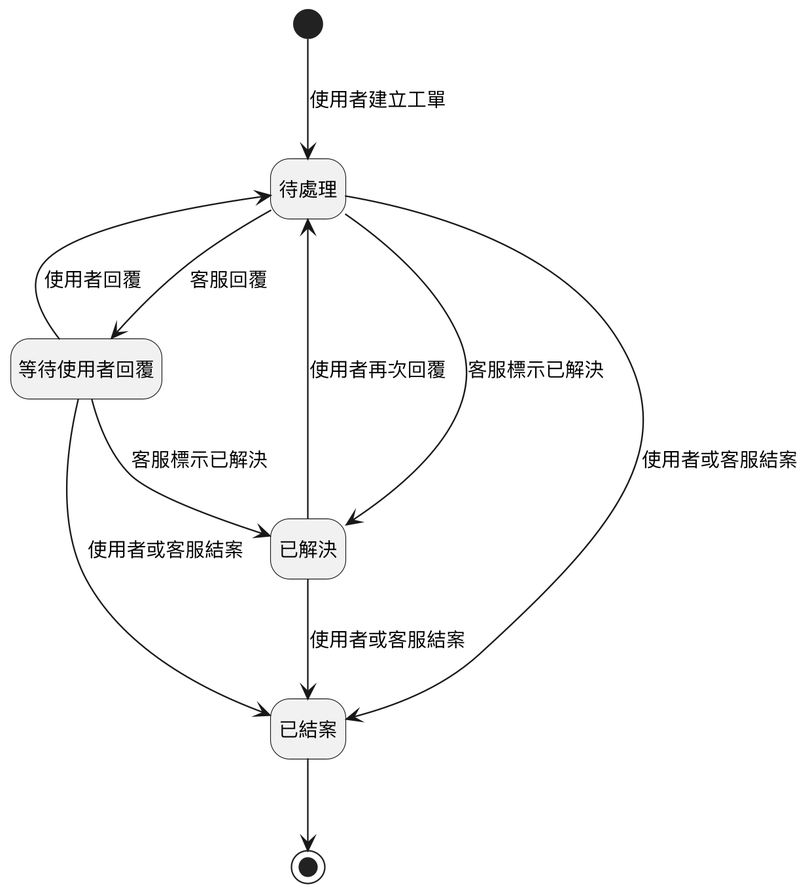
SaveMyBook/SaveMyBook keeps this PlantUML diagram as Diagrams/State Machine/v3/state_support_ticket.png. Above is the earlier version.
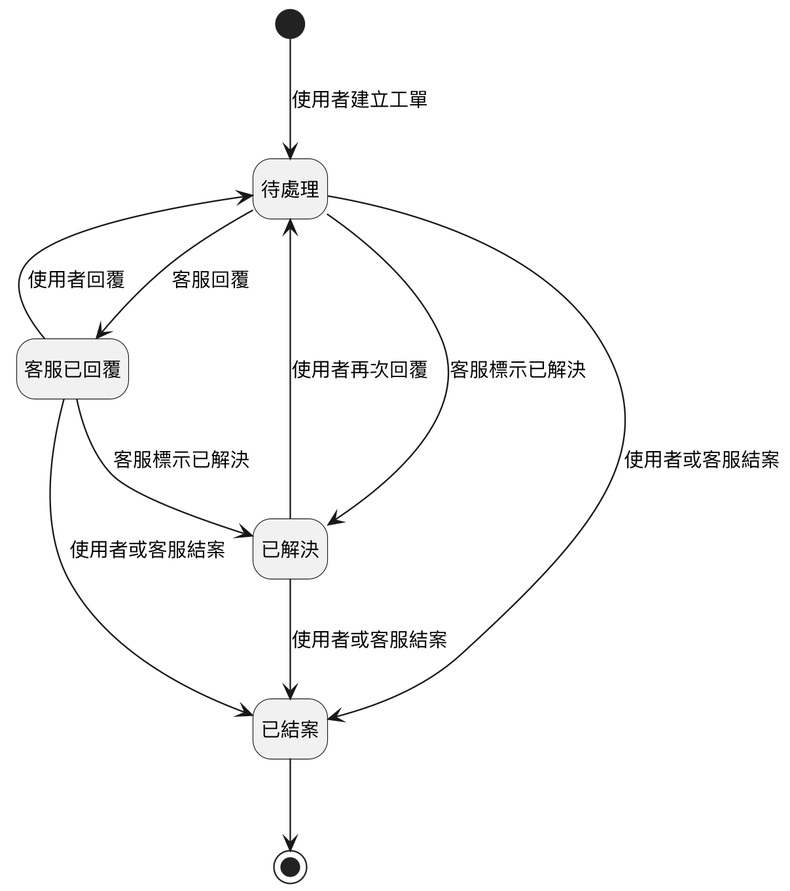
After the change.

Change to the diagram source:
```diff
@@ -7,13 +7,13 @@
 hide empty description
 
 [*] --> 待處理 : 使用者建立工單
-待處理 --> 等待使用者回覆 : 客服回覆
-等待使用者回覆 --> 待處理 : 使用者回覆
+待處理 --> 客服已回覆 : 客服回覆
+客服已回覆 --> 待處理 : 使用者回覆
 待處理 --> 已解決 : 客服標示已解決
-等待使用者回覆 --> 已解決 : 客服標示已解決
+客服已回覆 --> 已解決 : 客服標示已解決
 已解決 --> 待處理 : 使用者再次回覆
 待處理 --> 已結案 : 使用者或客服結案
-等待使用者回覆 --> 已結案 : 使用者或客服結案
+客服已回覆 --> 已結案 : 使用者或客服結案
 已解決 --> 已結案 : 使用者或客服結案
 已結案 --> [*]
 @enduml
```
